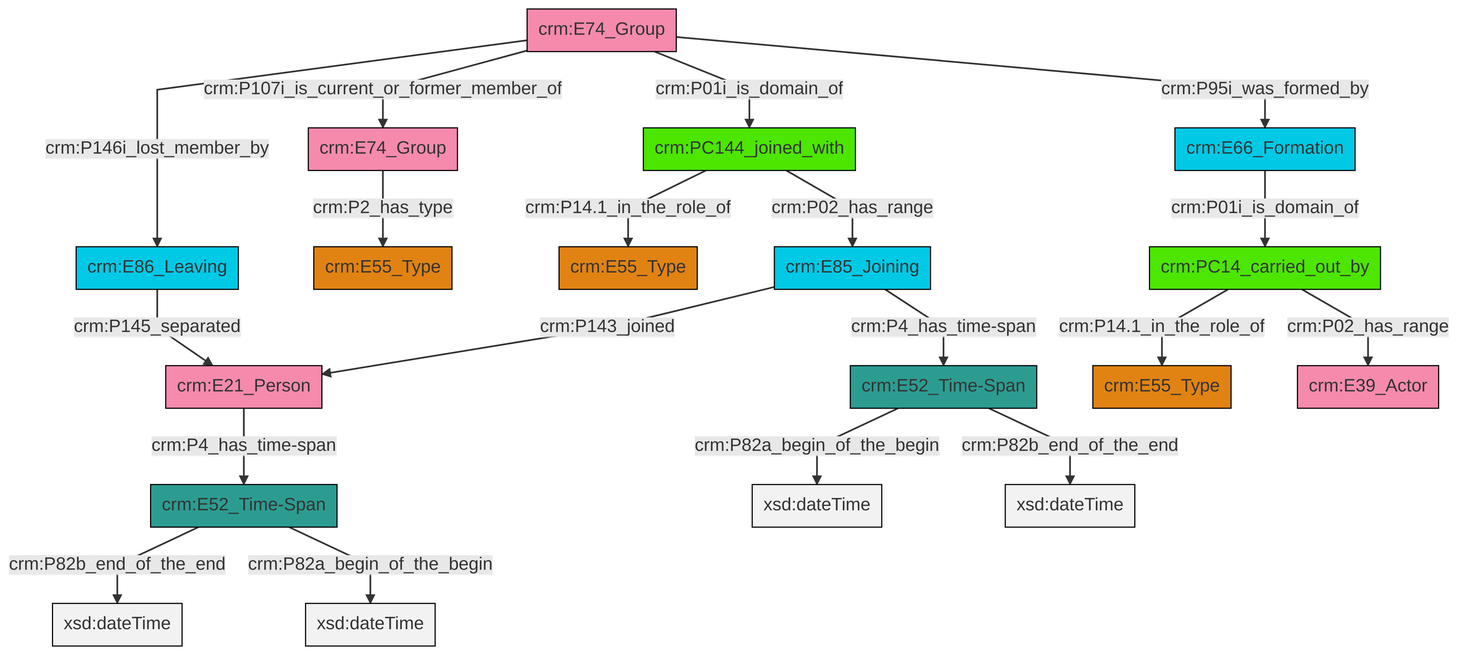
Above: et/groupCSV/ttl/mmd/png/group_actor_relations.png in swiss-art-research-net/reference-data-models (Mermaid), before the change. Its source is kept beside it as et/groupCSV/ttl/mmd/group_actor_relations.ttl.mmd.
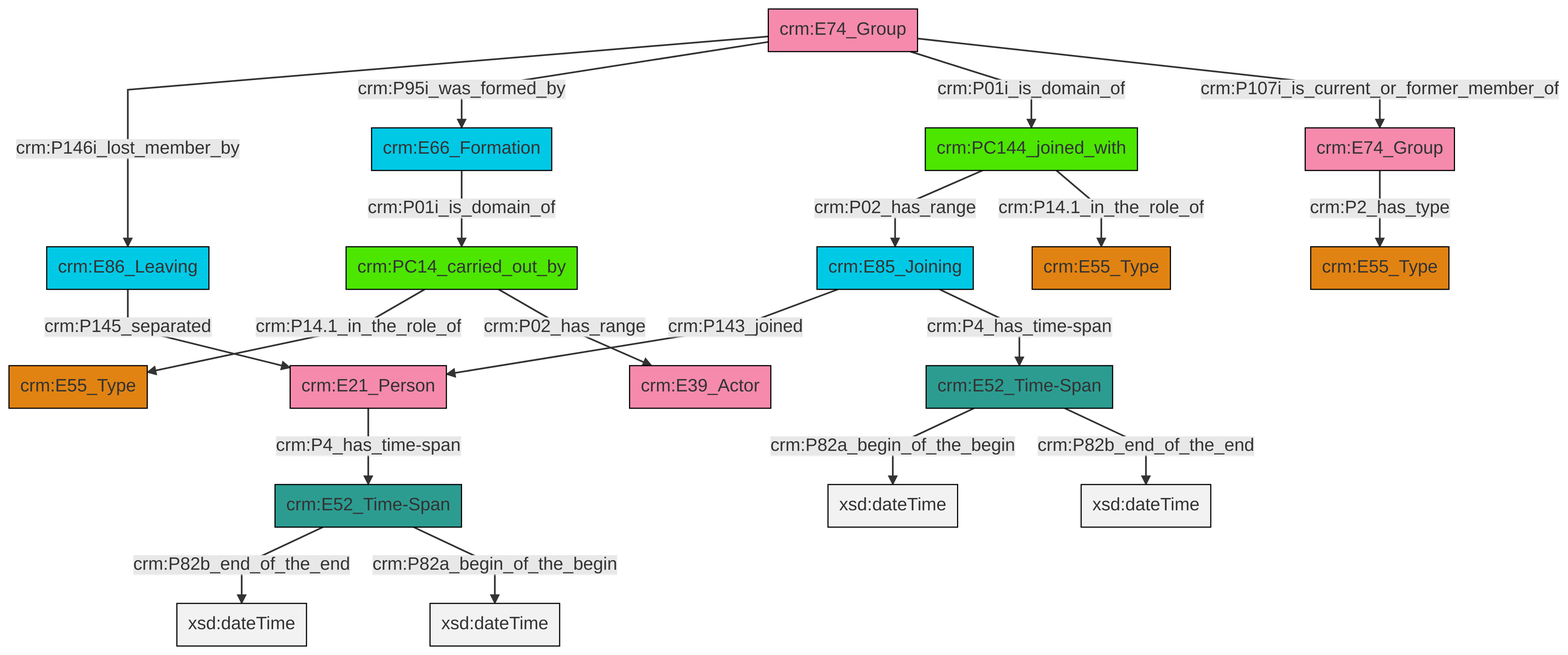
After the change.

Change to the diagram source:
```diff
@@ -13,21 +13,21 @@
 classDef PC_Classes fill:#4ce600, stroke:#000000;
 classDef Multi fill:#cccccc,stroke:#000000;
 
-0["crm:E74_Group"]:::Actor -->|crm:P146i_lost_member_by| 1["crm:E86_Leaving"]:::Temporal_Entity
-6["crm:E74_Group"]:::Actor -->|crm:P2_has_type| 4["crm:E55_Type"]:::Type
-0["crm:E74_Group"]:::Actor -->|crm:P107i_is_current_or_former_member_of| 6["crm:E74_Group"]:::Actor
-10["crm:PC14_carried_out_by"]:::PC_Classes -->|crm:P14.1_in_the_role_of| 11["crm:E55_Type"]:::Type
-7["crm:E52_Time-Span"]:::Time-Span -->|crm:P82a_begin_of_the_begin| 13[xsd:dateTime]:::Literal
-17["crm:E85_Joining"]:::Temporal_Entity -->|crm:P143_joined| 18["crm:E21_Person"]:::Actor
-0["crm:E74_Group"]:::Actor -->|crm:P01i_is_domain_of| 19["crm:PC144_joined_with"]:::PC_Classes
-20["crm:E52_Time-Span"]:::Time-Span -->|crm:P82b_end_of_the_end| 21[xsd:dateTime]:::Literal
-22["crm:E66_Formation"]:::Temporal_Entity -->|crm:P01i_is_domain_of| 10["crm:PC14_carried_out_by"]:::PC_Classes
-10["crm:PC14_carried_out_by"]:::PC_Classes -->|crm:P02_has_range| 2["crm:E39_Actor"]:::Actor
-7["crm:E52_Time-Span"]:::Time-Span -->|crm:P82b_end_of_the_end| 27[xsd:dateTime]:::Literal
-0["crm:E74_Group"]:::Actor -->|crm:P95i_was_formed_by| 22["crm:E66_Formation"]:::Temporal_Entity
-18["crm:E21_Person"]:::Actor -->|crm:P4_has_time-span| 20["crm:E52_Time-Span"]:::Time-Span
-20["crm:E52_Time-Span"]:::Time-Span -->|crm:P82a_begin_of_the_begin| 32[xsd:dateTime]:::Literal
-1["crm:E86_Leaving"]:::Temporal_Entity -->|crm:P145_separated| 18["crm:E21_Person"]:::Actor
-17["crm:E85_Joining"]:::Temporal_Entity -->|crm:P4_has_time-span| 7["crm:E52_Time-Span"]:::Time-Span
-19["crm:PC144_joined_with"]:::PC_Classes -->|crm:P14.1_in_the_role_of| 14["crm:E55_Type"]:::Type
-19["crm:PC144_joined_with"]:::PC_Classes -->|crm:P02_has_range| 17["crm:E85_Joining"]:::Temporal_Entity
+6["crm:E74_Group"]:::Actor -->|crm:P146i_lost_member_by| 7["crm:E86_Leaving"]:::Temporal_Entity
+7["crm:E86_Leaving"]:::Temporal_Entity -->|crm:P145_separated| 10["crm:E21_Person"]:::Actor
+11["crm:PC144_joined_with"]:::PC_Classes -->|crm:P02_has_range| 8["crm:E85_Joining"]:::Temporal_Entity
+12["crm:E74_Group"]:::Actor -->|crm:P2_has_type| 13["crm:E55_Type"]:::Type
+14["crm:E66_Formation"]:::Temporal_Entity -->|crm:P01i_is_domain_of| 0["crm:PC14_carried_out_by"]:::PC_Classes
+0["crm:PC14_carried_out_by"]:::PC_Classes -->|crm:P14.1_in_the_role_of| 15["crm:E55_Type"]:::Type
+6["crm:E74_Group"]:::Actor -->|crm:P95i_was_formed_by| 14["crm:E66_Formation"]:::Temporal_Entity
+6["crm:E74_Group"]:::Actor -->|crm:P01i_is_domain_of| 11["crm:PC144_joined_with"]:::PC_Classes
+10["crm:E21_Person"]:::Actor -->|crm:P4_has_time-span| 2["crm:E52_Time-Span"]:::Time-Span
+8["crm:E85_Joining"]:::Temporal_Entity -->|crm:P143_joined| 10["crm:E21_Person"]:::Actor
+24["crm:E52_Time-Span"]:::Time-Span -->|crm:P82a_begin_of_the_begin| 25[xsd:dateTime]:::Literal
+24["crm:E52_Time-Span"]:::Time-Span -->|crm:P82b_end_of_the_end| 26[xsd:dateTime]:::Literal
+6["crm:E74_Group"]:::Actor -->|crm:P107i_is_current_or_former_member_of| 12["crm:E74_Group"]:::Actor
+2["crm:E52_Time-Span"]:::Time-Span -->|crm:P82b_end_of_the_end| 30[xsd:dateTime]:::Literal
+8["crm:E85_Joining"]:::Temporal_Entity -->|crm:P4_has_time-span| 24["crm:E52_Time-Span"]:::Time-Span
+0["crm:PC14_carried_out_by"]:::PC_Classes -->|crm:P02_has_range| 18["crm:E39_Actor"]:::Actor
+11["crm:PC144_joined_with"]:::PC_Classes -->|crm:P14.1_in_the_role_of| 4["crm:E55_Type"]:::Type
+2["crm:E52_Time-Span"]:::Time-Span -->|crm:P82a_begin_of_the_begin| 34[xsd:dateTime]:::Literal
```
